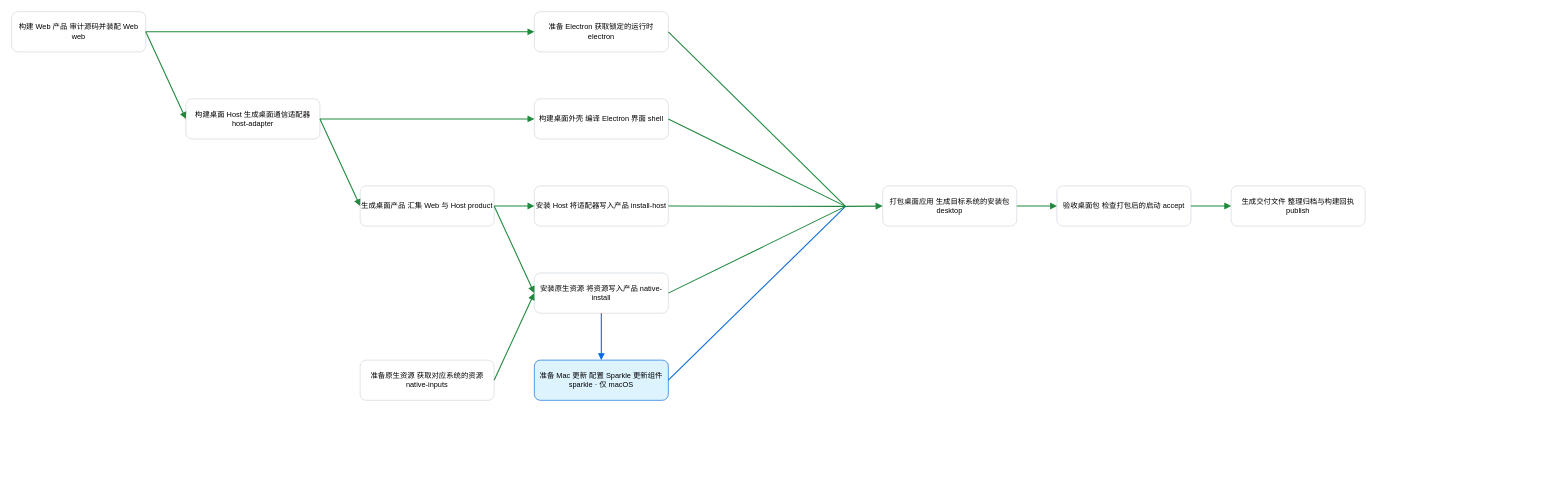
This is docs/assets/build-pipeline.drawio from ECNU/EduWork, a draw.io file, before an edit. Source tidied: cells renumbered, new cells numbered last; positions are measured from the earlier drawing's top-left corner, leaving out a move shared by most shapes. Both pictures are drawn from the tidied source at 67%, with x=0, y=0 at pixel (11, 11).
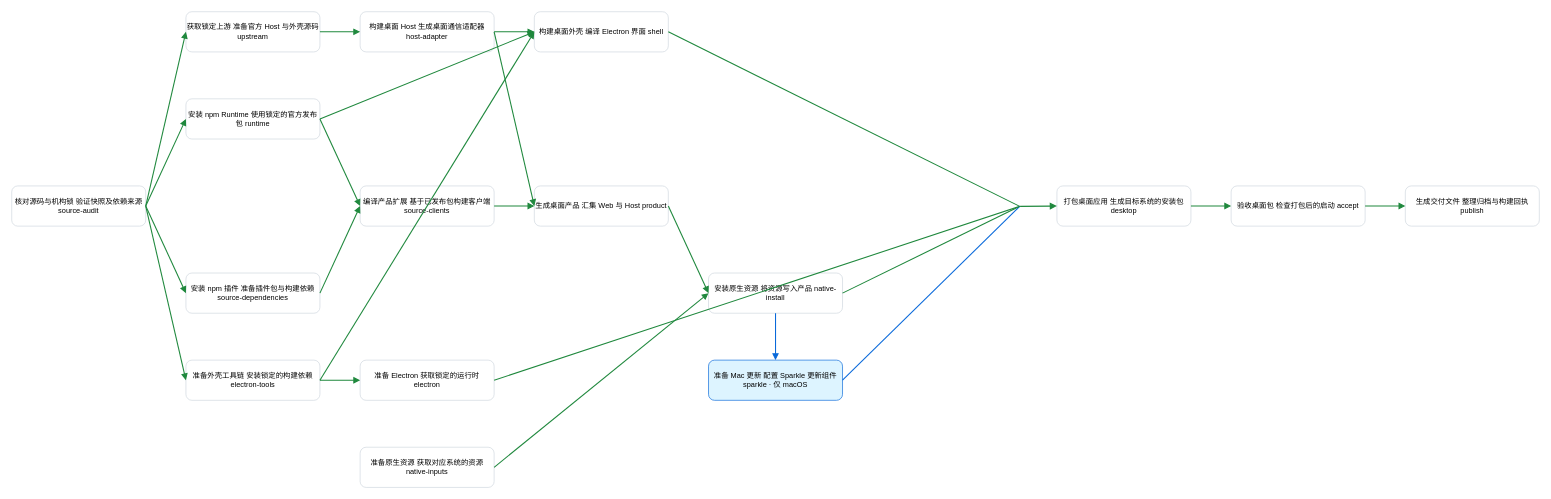
After the change.

Diff of the diagram source:
```diff
@@
-    <mxCell id="2" value="构建 Web 产品 审计源码并装配 Web web" style="rounded=1;whiteSpace=wrap;html=1;fillColor=#ffffff;strokeColor=#d0d7de;fontSize=11;" parent="1" vertex="1">
-      <mxGeometry width="200" height="60" as="geometry" />
+    <mxCell id="2" value="核对源码与机构锁 验证快照及依赖来源 source-audit" style="rounded=1;whiteSpace=wrap;html=1;fillColor=#ffffff;strokeColor=#d0d7de;fontSize=11;" parent="1" vertex="1">
+      <mxGeometry y="260" width="200" height="60" as="geometry" />
     </mxCell>
-    <mxCell id="3" value="构建桌面 Host 生成桌面通信适配器 host-adapter" style="rounded=1;whiteSpace=wrap;html=1;fillColor=#ffffff;strokeColor=#d0d7de;fontSize=11;" parent="1" vertex="1">
-      <mxGeometry x="260" y="130" width="200" height="60" as="geometry" />
+    <mxCell id="3" value="获取锁定上游 准备官方 Host 与外壳源码 upstream" style="rounded=1;whiteSpace=wrap;html=1;fillColor=#ffffff;strokeColor=#d0d7de;fontSize=11;" parent="1" vertex="1">
+      <mxGeometry x="260" width="200" height="60" as="geometry" />
     </mxCell>
-    <mxCell id="4" value="生成桌面产品 汇集 Web 与 Host product" style="rounded=1;whiteSpace=wrap;html=1;fillColor=#ffffff;strokeColor=#d0d7de;fontSize=11;" parent="1" vertex="1">
-      <mxGeometry x="520" y="260" width="200" height="60" as="geometry" />
+    <mxCell id="4" value="安装 npm Runtime 使用锁定的官方发布包 runtime" style="rounded=1;whiteSpace=wrap;html=1;fillColor=#ffffff;strokeColor=#d0d7de;fontSize=11;" parent="1" vertex="1">
+      <mxGeometry x="260" y="130" width="200" height="60" as="geometry" />
     </mxCell>
-    <mxCell id="5" value="准备 Electron 获取锁定的运行时 electron" style="rounded=1;whiteSpace=wrap;html=1;fillColor=#ffffff;strokeColor=#d0d7de;fontSize=11;" parent="1" vertex="1">
-      <mxGeometry x="780" width="200" height="60" as="geometry" />
+    <mxCell id="5" value="安装 npm 插件 准备插件包与构建依赖 source-dependencies" style="rounded=1;whiteSpace=wrap;html=1;fillColor=#ffffff;strokeColor=#d0d7de;fontSize=11;" parent="1" vertex="1">
+      <mxGeometry x="260" y="390" width="200" height="60" as="geometry" />
     </mxCell>
-    <mxCell id="6" value="构建桌面外壳 编译 Electron 界面 shell" style="rounded=1;whiteSpace=wrap;html=1;fillColor=#ffffff;strokeColor=#d0d7de;fontSize=11;" parent="1" vertex="1">
-      <mxGeometry x="780" y="130" width="200" height="60" as="geometry" />
+    <mxCell id="6" value="构建桌面 Host 生成桌面通信适配器 host-adapter" style="rounded=1;whiteSpace=wrap;html=1;fillColor=#ffffff;strokeColor=#d0d7de;fontSize=11;" parent="1" vertex="1">
+      <mxGeometry x="520" width="200" height="60" as="geometry" />
     </mxCell>
-    <mxCell id="7" value="安装 Host 将适配器写入产品 install-host" style="rounded=1;whiteSpace=wrap;html=1;fillColor=#ffffff;strokeColor=#d0d7de;fontSize=11;" parent="1" vertex="1">
-      <mxGeometry x="780" y="260" width="200" height="60" as="geometry" />
+    <mxCell id="7" value="编译产品扩展 基于已发布包构建客户端 source-clients" style="rounded=1;whiteSpace=wrap;html=1;fillColor=#ffffff;strokeColor=#d0d7de;fontSize=11;" parent="1" vertex="1">
+      <mxGeometry x="520" y="260" width="200" height="60" as="geometry" />
     </mxCell>
-    <mxCell id="8" value="准备原生资源 获取对应系统的资源 native-inputs" style="rounded=1;whiteSpace=wrap;html=1;fillColor=#ffffff;strokeColor=#d0d7de;fontSize=11;" parent="1" vertex="1">
-      <mxGeometry x="520" y="520" width="200" height="60" as="geometry" />
+    <mxCell id="8" value="生成桌面产品 汇集 Web 与 Host product" style="rounded=1;whiteSpace=wrap;html=1;fillColor=#ffffff;strokeColor=#d0d7de;fontSize=11;" parent="1" vertex="1">
+      <mxGeometry x="780" y="260" width="200" height="60" as="geometry" />
     </mxCell>
-    <mxCell id="9" value="安装原生资源 将资源写入产品 native-install" style="rounded=1;whiteSpace=wrap;html=1;fillColor=#ffffff;strokeColor=#d0d7de;fontSize=11;" parent="1" vertex="1">
-      <mxGeometry x="780" y="390" width="200" height="60" as="geometry" />
+    <mxCell id="9" value="准备外壳工具链 安装锁定的构建依赖 electron-tools" style="rounded=1;whiteSpace=wrap;html=1;fillColor=#ffffff;strokeColor=#d0d7de;fontSize=11;" parent="1" vertex="1">
+      <mxGeometry x="260" y="520" width="200" height="60" as="geometry" />
     </mxCell>
-    <mxCell id="10" value="准备 Mac 更新 配置 Sparkle 更新组件 sparkle · 仅 macOS" style="rounded=1;whiteSpace=wrap;html=1;fillColor=#ddf4ff;strokeColor=#0969da;fontSize=11;" parent="1" vertex="1">
-      <mxGeometry x="780" y="520" width="200" height="60" as="geometry" />
+    <mxCell id="10" value="准备 Electron 获取锁定的运行时 electron" style="rounded=1;whiteSpace=wrap;html=1;fillColor=#ffffff;strokeColor=#d0d7de;fontSize=11;" parent="1" vertex="1">
+      <mxGeometry x="520" y="520" width="200" height="60" as="geometry" />
     </mxCell>
-    <mxCell id="11" value="打包桌面应用 生成目标系统的安装包 desktop" style="rounded=1;whiteSpace=wrap;html=1;fillColor=#ffffff;strokeColor=#d0d7de;fontSize=11;" parent="1" vertex="1">
-      <mxGeometry x="1300" y="260" width="200" height="60" as="geometry" />
+    <mxCell id="11" value="构建桌面外壳 编译 Electron 界面 shell" style="rounded=1;whiteSpace=wrap;html=1;fillColor=#ffffff;strokeColor=#d0d7de;fontSize=11;" parent="1" vertex="1">
+      <mxGeometry x="780" width="200" height="60" as="geometry" />
     </mxCell>
-    <mxCell id="12" value="验收桌面包 检查打包后的启动 accept" style="rounded=1;whiteSpace=wrap;html=1;fillColor=#ffffff;strokeColor=#d0d7de;fontSize=11;" parent="1" vertex="1">
-      <mxGeometry x="1560" y="260" width="200" height="60" as="geometry" />
+    <mxCell id="12" value="准备原生资源 获取对应系统的资源 native-inputs" style="rounded=1;whiteSpace=wrap;html=1;fillColor=#ffffff;strokeColor=#d0d7de;fontSize=11;" parent="1" vertex="1">
+      <mxGeometry x="520" y="650" width="200" height="60" as="geometry" />
     </mxCell>
-    <mxCell id="13" value="生成交付文件 整理归档与构建回执 publish" style="rounded=1;whiteSpace=wrap;html=1;fillColor=#ffffff;strokeColor=#d0d7de;fontSize=11;" parent="1" vertex="1">
-      <mxGeometry x="1820" y="260" width="200" height="60" as="geometry" />
+    <mxCell id="13" value="安装原生资源 将资源写入产品 native-install" style="rounded=1;whiteSpace=wrap;html=1;fillColor=#ffffff;strokeColor=#d0d7de;fontSize=11;" parent="1" vertex="1">
+      <mxGeometry x="1040" y="390" width="200" height="60" as="geometry" />
     </mxCell>
-    <mxCell id="14" style="ellipse;fillColor=none;strokeColor=none;opacity=0;" parent="1" vertex="1">
-      <mxGeometry x="1244" y="290" width="1" height="1" as="geometry" />
+    <mxCell id="14" value="准备 Mac 更新 配置 Sparkle 更新组件 sparkle · 仅 macOS" style="rounded=1;whiteSpace=wrap;html=1;fillColor=#ddf4ff;strokeColor=#0969da;fontSize=11;" parent="1" vertex="1">
+      <mxGeometry x="1040" y="520" width="200" height="60" as="geometry" />
     </mxCell>
-    <mxCell id="15" style="edgeStyle=none;curved=1;html=1;strokeColor=#1f883d;strokeWidth=1.6;endArrow=block;exitX=1;exitY=0.5;entryX=0;entryY=0.5;" parent="1" edge="1" source="2" target="3">
-      <mxGeometry relative="1" as="geometry" />
+    <mxCell id="15" value="打包桌面应用 生成目标系统的安装包 desktop" style="rounded=1;whiteSpace=wrap;html=1;fillColor=#ffffff;strokeColor=#d0d7de;fontSize=11;" parent="1" vertex="1">
+      <mxGeometry x="1560" y="260" width="200" height="60" as="geometry" />
     </mxCell>
-    <mxCell id="16" style="edgeStyle=none;curved=1;html=1;strokeColor=#1f883d;strokeWidth=1.6;endArrow=block;exitX=1;exitY=0.5;entryX=0;entryY=0.5;" parent="1" edge="1" source="3" target="4">
-      <mxGeometry relative="1" as="geometry" />
+    <mxCell id="16" value="验收桌面包 检查打包后的启动 accept" style="rounded=1;whiteSpace=wrap;html=1;fillColor=#ffffff;strokeColor=#d0d7de;fontSize=11;" parent="1" vertex="1">
+      <mxGeometry x="1820" y="260" width="200" height="60" as="geometry" />
     </mxCell>
-    <mxCell id="17" style="edgeStyle=none;curved=1;html=1;strokeColor=#1f883d;strokeWidth=1.6;endArrow=block;exitX=1;exitY=0.5;entryX=0;entryY=0.5;" parent="1" edge="1" source="2" target="5">
-      <mxGeometry relative="1" as="geometry" />
+    <mxCell id="17" value="生成交付文件 整理归档与构建回执 publish" style="rounded=1;whiteSpace=wrap;html=1;fillColor=#ffffff;strokeColor=#d0d7de;fontSize=11;" parent="1" vertex="1">
+      <mxGeometry x="2080" y="260" width="200" height="60" as="geometry" />
     </mxCell>
-    <mxCell id="18" style="edgeStyle=none;curved=1;html=1;strokeColor=#1f883d;strokeWidth=1.6;endArrow=block;exitX=1;exitY=0.5;entryX=0;entryY=0.5;" parent="1" edge="1" source="3" target="6">
-      <mxGeometry relative="1" as="geometry" />
+    <mxCell id="18" style="ellipse;fillColor=none;strokeColor=none;opacity=0;" parent="1" vertex="1">
+      <mxGeometry x="1504" y="290" width="1" height="1" as="geometry" />
     </mxCell>
-    <mxCell id="19" style="edgeStyle=none;curved=1;html=1;strokeColor=#1f883d;strokeWidth=1.6;endArrow=block;exitX=1;exitY=0.5;entryX=0;entryY=0.5;" parent="1" edge="1" source="4" target="7">
+    <mxCell id="19" style="edgeStyle=none;curved=1;html=1;strokeColor=#1f883d;strokeWidth=1.6;endArrow=block;exitX=1;exitY=0.5;entryX=0;entryY=0.5;" parent="1" edge="1" source="2" target="3">
       <mxGeometry relative="1" as="geometry" />
     </mxCell>
-    <mxCell id="20" style="edgeStyle=none;curved=1;html=1;strokeColor=#1f883d;strokeWidth=1.6;endArrow=block;exitX=1;exitY=0.5;entryX=0;entryY=0.5;" parent="1" edge="1" source="4" target="9">
+    <mxCell id="20" style="edgeStyle=none;curved=1;html=1;strokeColor=#1f883d;strokeWidth=1.6;endArrow=block;exitX=1;exitY=0.5;entryX=0;entryY=0.5;" parent="1" edge="1" source="2" target="4">
       <mxGeometry relative="1" as="geometry" />
     </mxCell>
-    <mxCell id="21" style="edgeStyle=none;curved=1;html=1;strokeColor=#1f883d;strokeWidth=1.6;endArrow=block;exitX=1;exitY=0.5;entryX=0;entryY=0.5;" parent="1" edge="1" source="8" target="9">
+    <mxCell id="21" style="edgeStyle=none;curved=1;html=1;strokeColor=#1f883d;strokeWidth=1.6;endArrow=block;exitX=1;exitY=0.5;entryX=0;entryY=0.5;" parent="1" edge="1" source="2" target="5">
       <mxGeometry relative="1" as="geometry" />
     </mxCell>
-    <mxCell id="22" style="edgeStyle=none;curved=1;html=1;strokeColor=#0969da;strokeWidth=1.6;endArrow=block;exitX=0.5;exitY=1;entryX=0.5;entryY=0;" parent="1" edge="1" source="9" target="10">
+    <mxCell id="22" style="edgeStyle=none;curved=1;html=1;strokeColor=#1f883d;strokeWidth=1.6;endArrow=block;exitX=1;exitY=0.5;entryX=0;entryY=0.5;" parent="1" edge="1" source="3" target="6">
       <mxGeometry relative="1" as="geometry" />
     </mxCell>
-    <mxCell id="23" style="edgeStyle=none;curved=1;html=1;strokeColor=#1f883d;strokeWidth=1.6;endArrow=none;exitX=1;exitY=0.5;entryX=0.5;entryY=0.5;" parent="1" edge="1" source="6" target="14">
+    <mxCell id="23" style="edgeStyle=none;curved=1;html=1;strokeColor=#1f883d;strokeWidth=1.6;endArrow=block;exitX=1;exitY=0.5;entryX=0;entryY=0.5;" parent="1" edge="1" source="4" target="7">
       <mxGeometry relative="1" as="geometry" />
     </mxCell>
-    <mxCell id="24" style="edgeStyle=none;curved=1;html=1;strokeColor=#1f883d;strokeWidth=1.6;endArrow=none;exitX=1;exitY=0.5;entryX=0.5;entryY=0.5;" parent="1" edge="1" source="5" target="14">
+    <mxCell id="24" style="edgeStyle=none;curved=1;html=1;strokeColor=#1f883d;strokeWidth=1.6;endArrow=block;exitX=1;exitY=0.5;entryX=0;entryY=0.5;" parent="1" edge="1" source="5" target="7">
       <mxGeometry relative="1" as="geometry" />
     </mxCell>
-    <mxCell id="25" style="edgeStyle=none;curved=1;html=1;strokeColor=#1f883d;strokeWidth=1.6;endArrow=none;exitX=1;exitY=0.5;entryX=0.5;entryY=0.5;" parent="1" edge="1" source="7" target="14">
+    <mxCell id="25" style="edgeStyle=none;curved=1;html=1;strokeColor=#1f883d;strokeWidth=1.6;endArrow=block;exitX=1;exitY=0.5;entryX=0;entryY=0.5;" parent="1" edge="1" source="7" target="8">
       <mxGeometry relative="1" as="geometry" />
     </mxCell>
-    <mxCell id="26" style="edgeStyle=none;curved=1;html=1;strokeColor=#0969da;strokeWidth=1.6;endArrow=none;exitX=1;exitY=0.5;entryX=0.5;entryY=0.5;" parent="1" edge="1" source="10" target="14">
+    <mxCell id="26" style="edgeStyle=none;curved=1;html=1;strokeColor=#1f883d;strokeWidth=1.6;endArrow=block;exitX=1;exitY=0.5;entryX=0;entryY=0.5;" parent="1" edge="1" source="6" target="8">
       <mxGeometry relative="1" as="geometry" />
     </mxCell>
-    <mxCell id="27" style="edgeStyle=none;curved=1;html=1;strokeColor=#1f883d;strokeWidth=1.6;endArrow=block;exitX=1;exitY=0.5;entryX=0;entryY=0.5;" parent="1" edge="1" source="11" target="12">
+    <mxCell id="27" style="edgeStyle=none;curved=1;html=1;strokeColor=#1f883d;strokeWidth=1.6;endArrow=block;exitX=1;exitY=0.5;entryX=0;entryY=0.5;" parent="1" edge="1" source="2" target="9">
       <mxGeometry relative="1" as="geometry" />
     </mxCell>
-    <mxCell id="28" style="edgeStyle=none;curved=1;html=1;strokeColor=#1f883d;strokeWidth=1.6;endArrow=block;exitX=1;exitY=0.5;entryX=0;entryY=0.5;" parent="1" edge="1" source="12" target="13">
+    <mxCell id="28" style="edgeStyle=none;curved=1;html=1;strokeColor=#1f883d;strokeWidth=1.6;endArrow=block;exitX=1;exitY=0.5;entryX=0;entryY=0.5;" parent="1" edge="1" source="9" target="10">
       <mxGeometry relative="1" as="geometry" />
     </mxCell>
-    <mxCell id="29" style="edgeStyle=none;curved=1;html=1;strokeColor=#1f883d;strokeWidth=1.6;endArrow=none;exitX=1;exitY=0.5;entryX=0.5;entryY=0.5;" parent="1" edge="1" source="9" target="14">
+    <mxCell id="29" style="edgeStyle=none;curved=1;html=1;strokeColor=#1f883d;strokeWidth=1.6;endArrow=block;exitX=1;exitY=0.5;entryX=0;entryY=0.5;" parent="1" edge="1" source="4" target="11">
       <mxGeometry relative="1" as="geometry" />
     </mxCell>
-    <mxCell id="30" style="edgeStyle=none;curved=1;html=1;strokeColor=#1f883d;strokeWidth=1.8;endArrow=block;exitX=1;exitY=0.5;entryX=0;entryY=0.5;" parent="1" edge="1" source="14" target="11">
+    <mxCell id="30" style="edgeStyle=none;curved=1;html=1;strokeColor=#1f883d;strokeWidth=1.6;endArrow=block;exitX=1;exitY=0.5;entryX=0;entryY=0.5;" parent="1" edge="1" source="6" target="11">
       <mxGeometry relative="1" as="geometry" />
     </mxCell>
+    <mxCell id="31" style="edgeStyle=none;curved=1;html=1;strokeColor=#1f883d;strokeWidth=1.6;endArrow=block;exitX=1;exitY=0.5;entryX=0;entryY=0.5;" parent="1" edge="1" source="9" target="11">
+      <mxGeometry relative="1" as="geometry" />
+    </mxCell>
+    <mxCell id="32" style="edgeStyle=none;curved=1;html=1;strokeColor=#1f883d;strokeWidth=1.6;endArrow=block;exitX=1;exitY=0.5;entryX=0;entryY=0.5;" parent="1" edge="1" source="8" target="13">
+      <mxGeometry relative="1" as="geometry" />
+    </mxCell>
+    <mxCell id="33" style="edgeStyle=none;curved=1;html=1;strokeColor=#1f883d;strokeWidth=1.6;endArrow=block;exitX=1;exitY=0.5;entryX=0;entryY=0.5;" parent="1" edge="1" source="12" target="13">
+      <mxGeometry relative="1" as="geometry" />
+    </mxCell>
+    <mxCell id="34" style="edgeStyle=none;curved=1;html=1;strokeColor=#0969da;strokeWidth=1.6;endArrow=block;exitX=0.5;exitY=1;entryX=0.5;entryY=0;" parent="1" edge="1" source="13" target="14">
+      <mxGeometry relative="1" as="geometry" />
+    </mxCell>
+    <mxCell id="35" style="edgeStyle=none;curved=1;html=1;strokeColor=#1f883d;strokeWidth=1.6;endArrow=none;exitX=1;exitY=0.5;entryX=0.5;entryY=0.5;" parent="1" edge="1" source="11" target="18">
+      <mxGeometry relative="1" as="geometry" />
+    </mxCell>
+    <mxCell id="36" style="edgeStyle=none;curved=1;html=1;strokeColor=#1f883d;strokeWidth=1.6;endArrow=none;exitX=1;exitY=0.5;entryX=0.5;entryY=0.5;" parent="1" edge="1" source="10" target="18">
+      <mxGeometry relative="1" as="geometry" />
+    </mxCell>
+    <mxCell id="37" style="edgeStyle=none;curved=1;html=1;strokeColor=#0969da;strokeWidth=1.6;endArrow=none;exitX=1;exitY=0.5;entryX=0.5;entryY=0.5;" parent="1" edge="1" source="14" target="18">
+      <mxGeometry relative="1" as="geometry" />
+    </mxCell>
+    <mxCell id="38" style="edgeStyle=none;curved=1;html=1;strokeColor=#1f883d;strokeWidth=1.6;endArrow=block;exitX=1;exitY=0.5;entryX=0;entryY=0.5;" parent="1" edge="1" source="15" target="16">
+      <mxGeometry relative="1" as="geometry" />
+    </mxCell>
+    <mxCell id="39" style="edgeStyle=none;curved=1;html=1;strokeColor=#1f883d;strokeWidth=1.6;endArrow=block;exitX=1;exitY=0.5;entryX=0;entryY=0.5;" parent="1" edge="1" source="16" target="17">
+      <mxGeometry relative="1" as="geometry" />
+    </mxCell>
+    <mxCell id="40" style="edgeStyle=none;curved=1;html=1;strokeColor=#1f883d;strokeWidth=1.6;endArrow=none;exitX=1;exitY=0.5;entryX=0.5;entryY=0.5;" parent="1" edge="1" source="13" target="18">
+      <mxGeometry relative="1" as="geometry" />
+    </mxCell>
+    <mxCell id="41" style="edgeStyle=none;curved=1;html=1;strokeColor=#1f883d;strokeWidth=1.8;endArrow=block;exitX=1;exitY=0.5;entryX=0;entryY=0.5;" parent="1" edge="1" source="18" target="15">
+      <mxGeometry relative="1" as="geometry" />
+    </mxCell>
```
